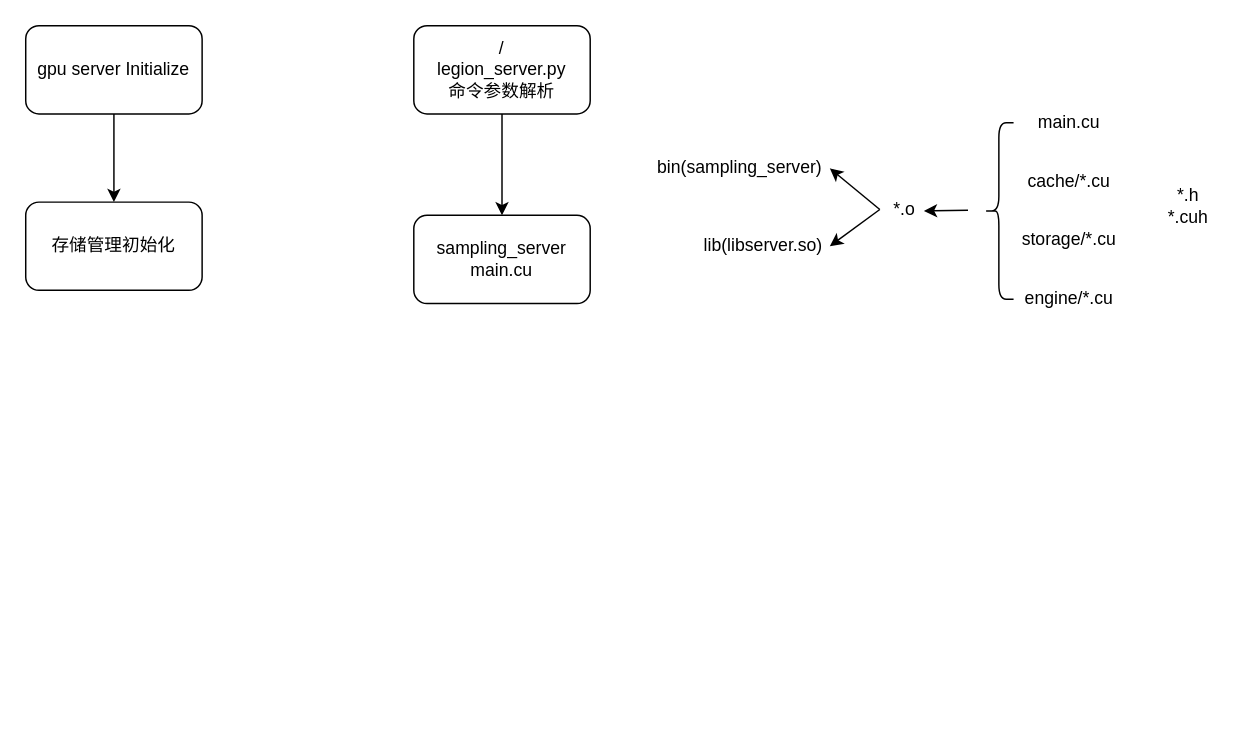
This is legion.drawio from gaohongy/drawio, a draw.io file, before an edit. Source tidied: cells renumbered, new cells numbered last; positions are measured from the earlier drawing's top-left corner, leaving out a move shared by most shapes. Both pictures are drawn from the tidied source at 147%, with x=0, y=0 at pixel (25, 25).
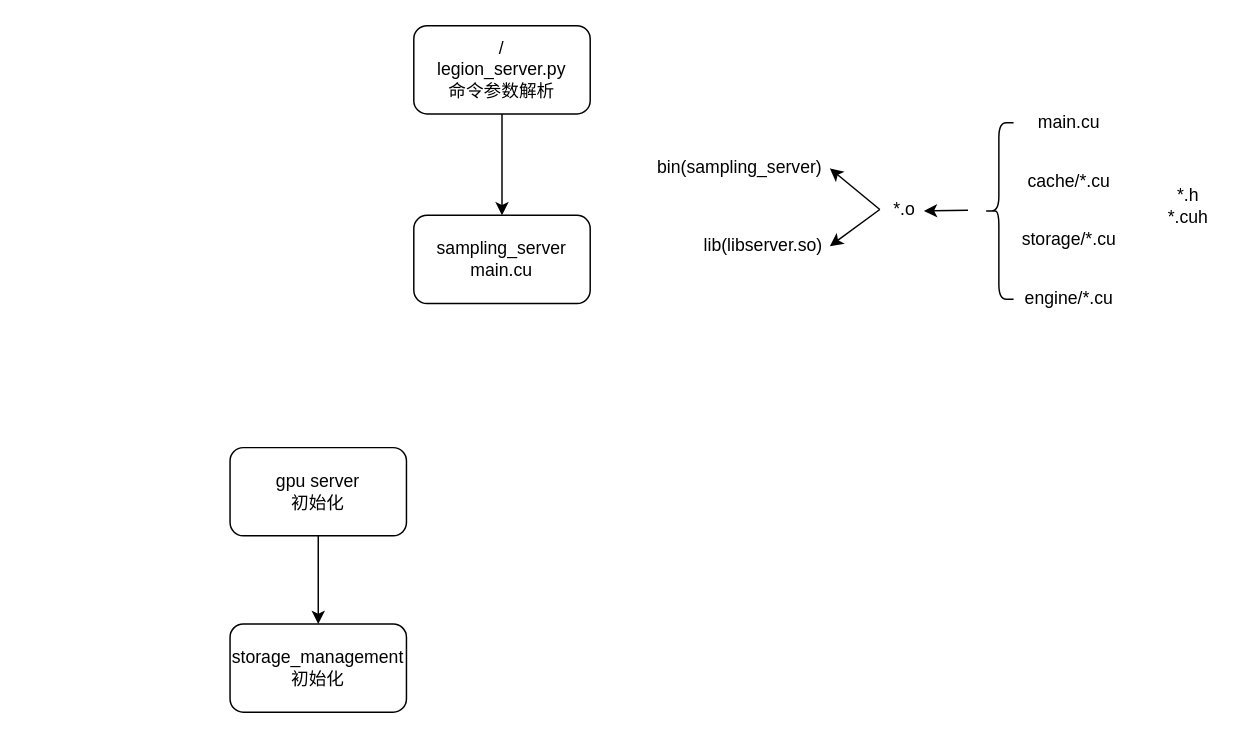
After the change.

Change to the diagram source:
```diff
@@
-    <mxCell id="18" value="gpu server&amp;nbsp;&lt;span style=&quot;background-color: initial;&quot;&gt;Initialize&lt;/span&gt;" style="rounded=1;whiteSpace=wrap;html=1;" parent="1" vertex="1">
-      <mxGeometry width="120" height="60" as="geometry" />
+    <mxCell id="18" value="gpu server&lt;div&gt;初始化&lt;/div&gt;" style="rounded=1;whiteSpace=wrap;html=1;" parent="1" vertex="1">
+      <mxGeometry x="139" y="287" width="120" height="60" as="geometry" />
     </mxCell>
-    <mxCell id="19" value="存储管理初始化" style="rounded=1;whiteSpace=wrap;html=1;" parent="1" vertex="1">
-      <mxGeometry y="120" width="120" height="60" as="geometry" />
+    <mxCell id="19" value="storage_management初始化" style="rounded=1;whiteSpace=wrap;html=1;" parent="1" vertex="1">
+      <mxGeometry x="139" y="407" width="120" height="60" as="geometry" />
     </mxCell>
```
